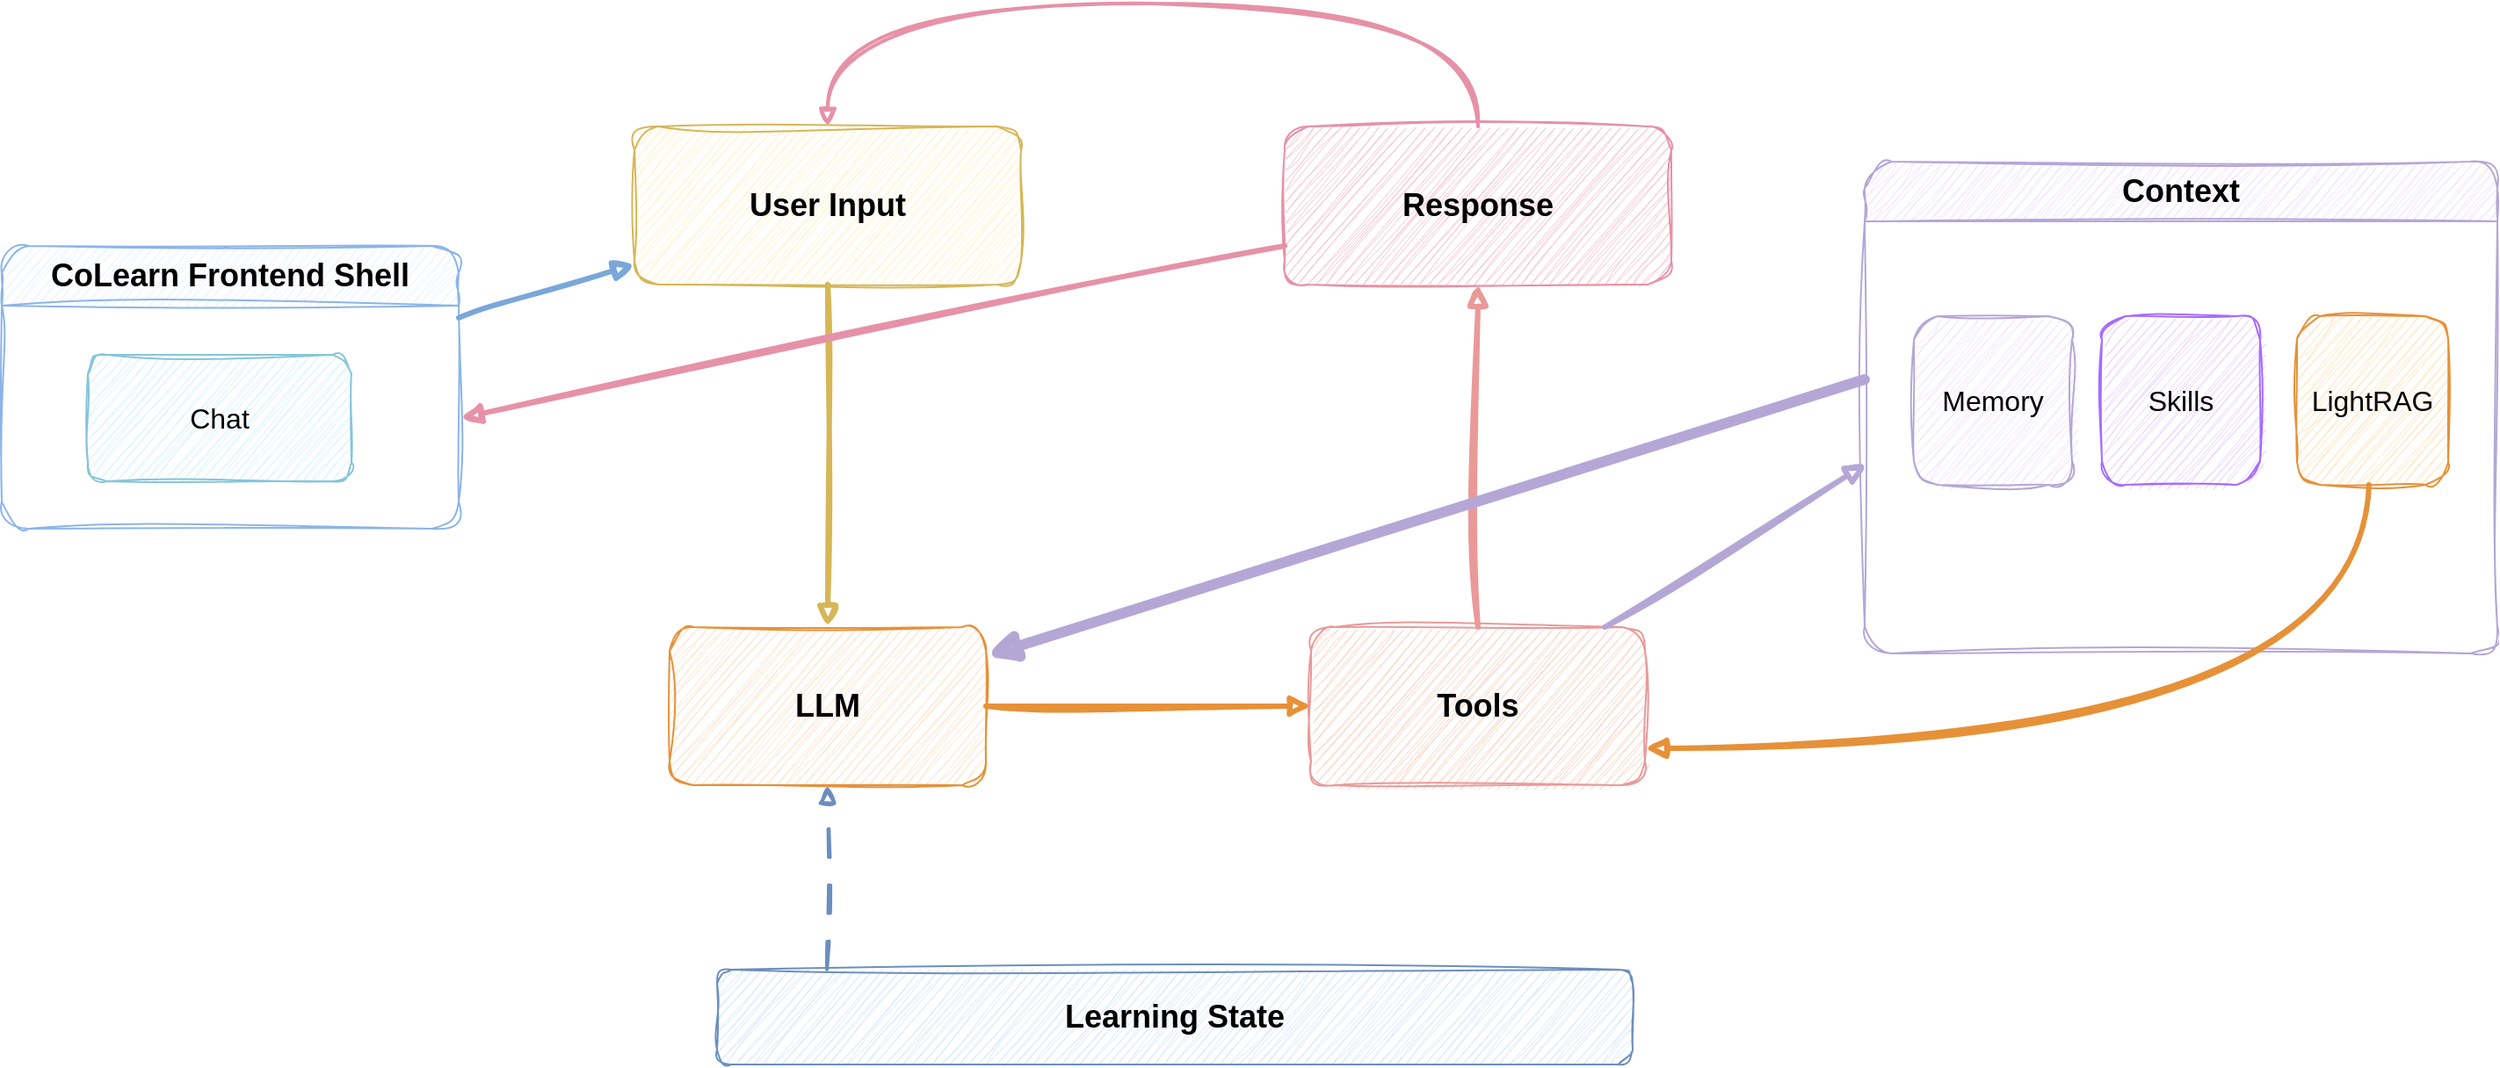
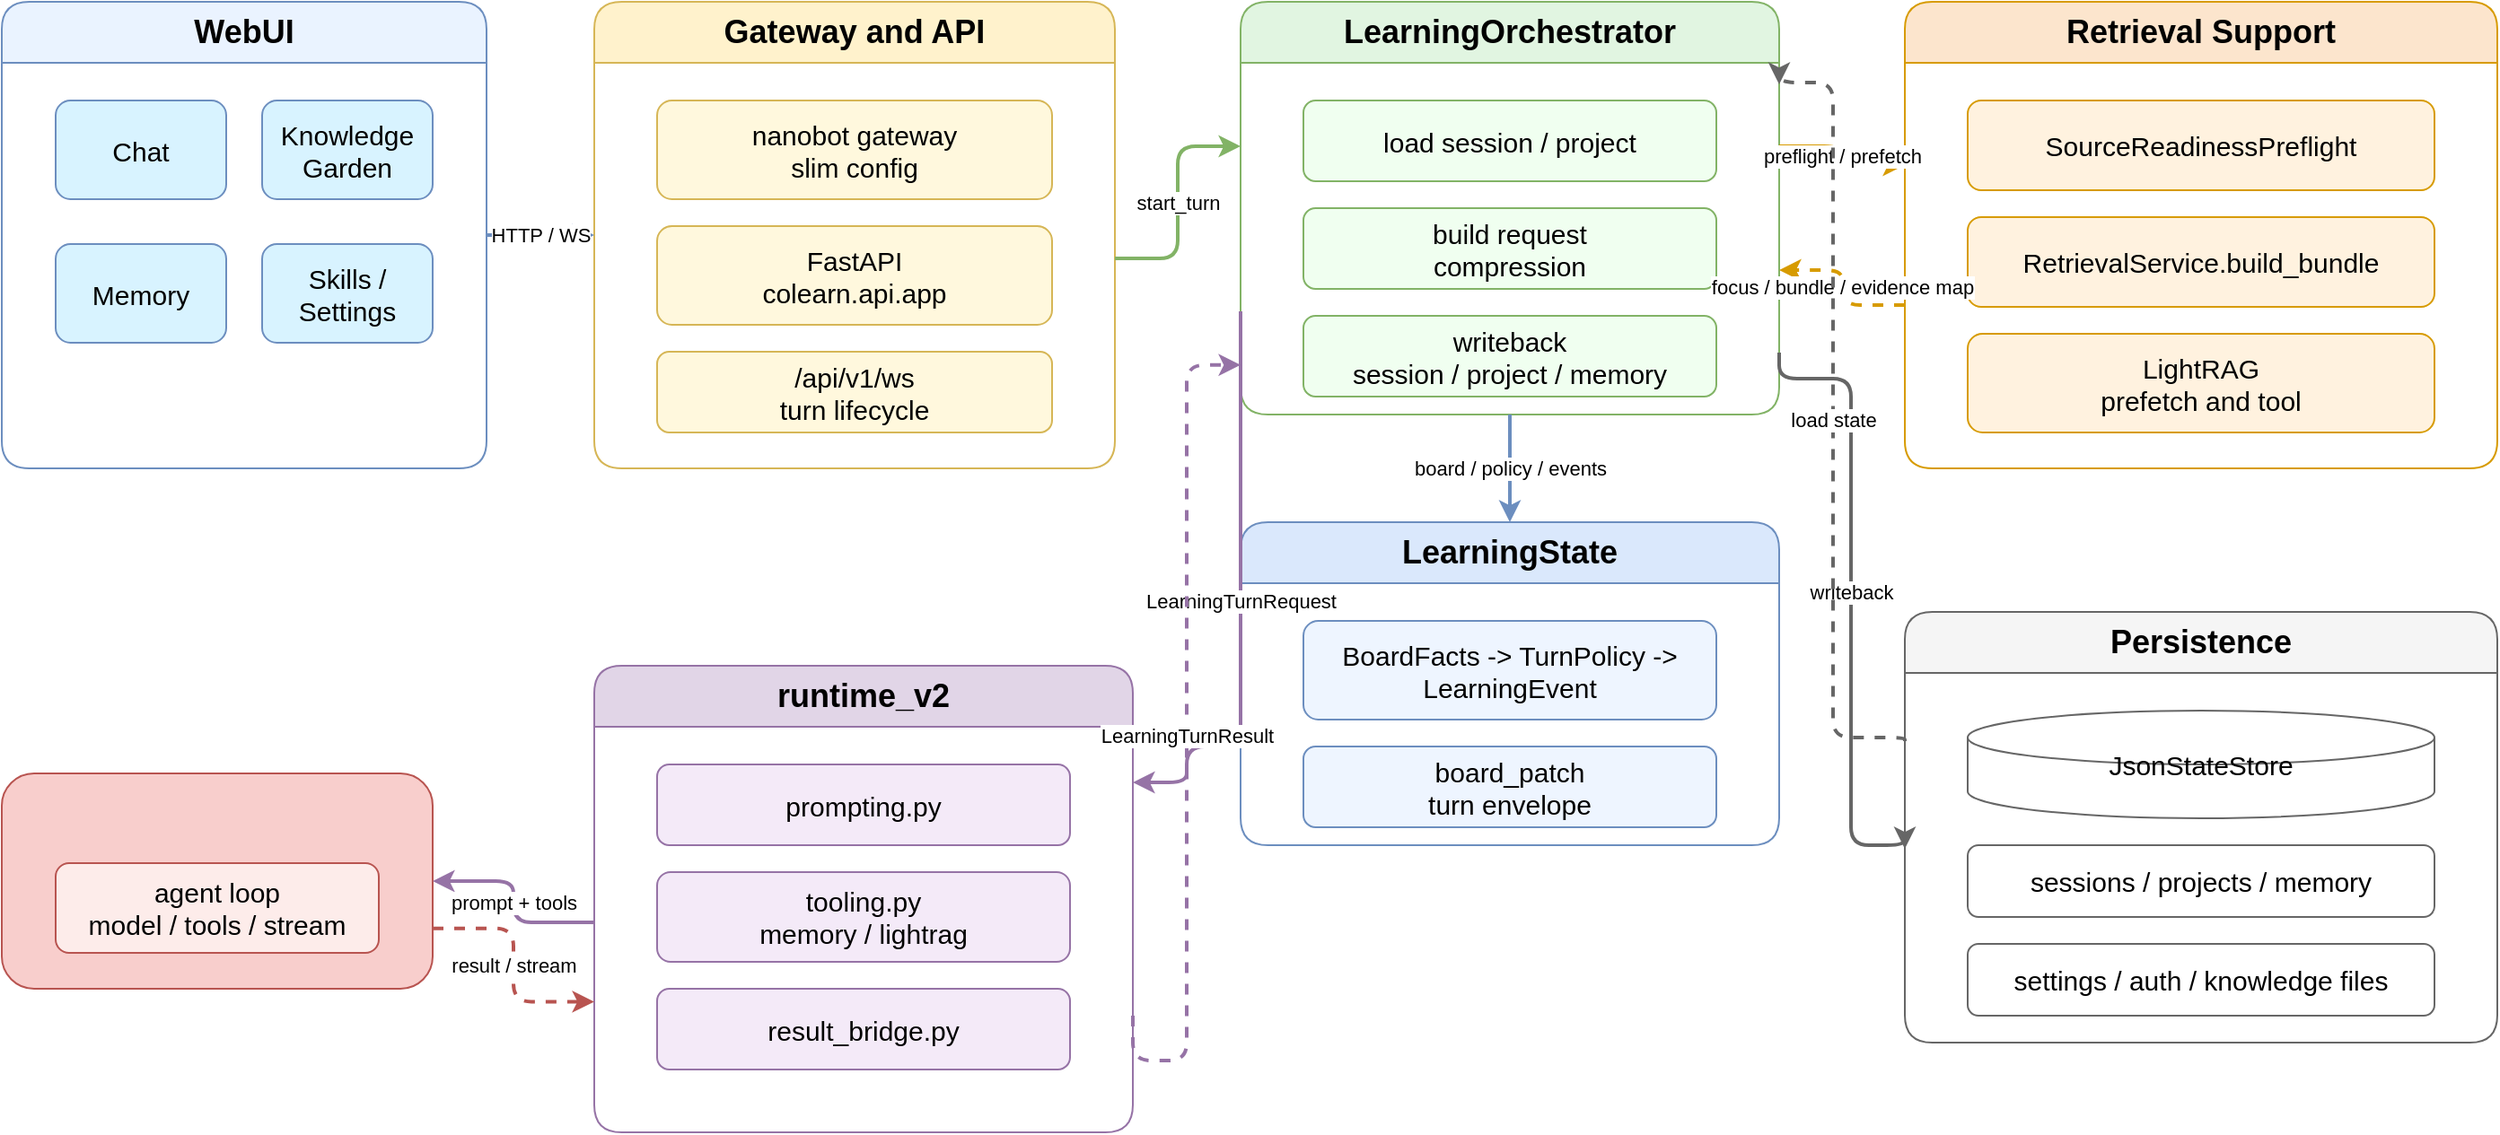
<mxfile host="Electron" agent="Codex">
-   <diagram id="colearn-nanobot-lightrag" name="Page-1">
-     <mxGraphModel dx="2160" dy="1300" grid="0" gridSize="10" guides="1" tooltips="1" connect="1" arrows="1" fold="1" page="1" pageScale="1" pageWidth="1600" pageHeight="900" math="0" shadow="0">
+   <diagram id="colearn-runtime-v2-architecture" name="Page-1">
+     <mxGraphModel dx="2160" dy="1300" grid="1" gridSize="10" guides="1" tooltips="1" connect="1" arrows="1" fold="1" page="1" pageScale="1" pageWidth="1600" pageHeight="900" math="0" shadow="0">
      <root>
        <mxCell id="0" />
        <mxCell id="1" parent="0" />
-         <mxCell id="2" parent="1" style="swimlane;startSize=34;rounded=1;whiteSpace=wrap;html=1;fillColor=#eaf3ff;strokeColor=#8cb4ea;fontStyle=1;fontSize=18;sketch=1;curveFitting=1;jiggle=2;" value="CoLearn Frontend Shell" vertex="1">
-           <mxGeometry height="161" width="260" x="108" y="275" as="geometry" />
+         <mxCell id="2" value="WebUI" style="swimlane;startSize=34;rounded=1;whiteSpace=wrap;html=1;fillColor=#eaf3ff;strokeColor=#6c8ebf;fontStyle=1;fontSize=18;" vertex="1" parent="1">
+           <mxGeometry x="70" y="90" width="270" height="260" as="geometry" />
        </mxCell>
-         <mxCell id="3" parent="2" style="rounded=1;whiteSpace=wrap;html=1;fillColor=#d8f3ff;strokeColor=#86c5da;fontSize=16;sketch=1;curveFitting=1;jiggle=2;" value="Chat" vertex="1">
-           <mxGeometry height="72" width="150" x="49" y="62" as="geometry" />
+         <mxCell id="3" value="Chat" style="rounded=1;whiteSpace=wrap;html=1;fillColor=#d8f3ff;strokeColor=#6c8ebf;fontSize=15;" vertex="1" parent="2">
+           <mxGeometry x="30" y="55" width="95" height="55" as="geometry" />
        </mxCell>
-         <mxCell id="6" parent="1" style="rounded=1;whiteSpace=wrap;html=1;fillColor=#fff2cc;strokeColor=#d6b656;fontSize=18;fontStyle=1;sketch=1;curveFitting=1;jiggle=2;" value="User Input" vertex="1">
-           <mxGeometry height="90" width="220" x="468" y="207" as="geometry" />
+         <mxCell id="4" value="Knowledge Garden" style="rounded=1;whiteSpace=wrap;html=1;fillColor=#d8f3ff;strokeColor=#6c8ebf;fontSize=15;" vertex="1" parent="2">
+           <mxGeometry x="145" y="55" width="95" height="55" as="geometry" />
        </mxCell>
-         <mxCell id="7" parent="1" style="rounded=1;whiteSpace=wrap;html=1;fillColor=#f7c6d0;strokeColor=#e691a8;fontSize=18;fontStyle=1;sketch=1;curveFitting=1;jiggle=2;" value="Response" vertex="1">
-           <mxGeometry height="90" width="220" x="838" y="207" as="geometry" />
+         <mxCell id="5" value="Memory" style="rounded=1;whiteSpace=wrap;html=1;fillColor=#d8f3ff;strokeColor=#6c8ebf;fontSize=15;" vertex="1" parent="2">
+           <mxGeometry x="30" y="135" width="95" height="55" as="geometry" />
        </mxCell>
-         <mxCell id="8" parent="1" style="rounded=1;whiteSpace=wrap;html=1;fillColor=#fce5cd;strokeColor=#e69138;fontSize=18;fontStyle=1;sketch=1;curveFitting=1;jiggle=2;" value="LLM" vertex="1">
-           <mxGeometry height="90" width="180" x="488" y="492" as="geometry" />
+         <mxCell id="6" value="Skills / Settings" style="rounded=1;whiteSpace=wrap;html=1;fillColor=#d8f3ff;strokeColor=#6c8ebf;fontSize=15;" vertex="1" parent="2">
+           <mxGeometry x="145" y="135" width="95" height="55" as="geometry" />
        </mxCell>
-         <mxCell id="9" parent="1" style="rounded=1;whiteSpace=wrap;html=1;fillColor=#f9d5c5;strokeColor=#ea9999;fontSize=18;fontStyle=1;sketch=1;curveFitting=1;jiggle=2;" value="Tools" vertex="1">
-           <mxGeometry height="90" width="190" x="853" y="492" as="geometry" />
+         <mxCell id="7" value="Gateway and API" style="swimlane;startSize=34;rounded=1;whiteSpace=wrap;html=1;fillColor=#fff2cc;strokeColor=#d6b656;fontStyle=1;fontSize=18;" vertex="1" parent="1">
+           <mxGeometry x="400" y="90" width="290" height="260" as="geometry" />
        </mxCell>
-         <mxCell id="15" parent="1" style="rounded=1;whiteSpace=wrap;html=1;fillColor=#d9e8fb;strokeColor=#6c8ebf;fontSize=18;fontStyle=1;sketch=1;curveFitting=1;jiggle=2;" value="Learning State" vertex="1">
-           <mxGeometry height="54" width="521" x="515" y="687" as="geometry" />
+         <mxCell id="8" value="nanobot gateway&#xa;slim config" style="rounded=1;whiteSpace=wrap;html=1;fillColor=#fff8dd;strokeColor=#d6b656;fontSize=15;" vertex="1" parent="7">
+           <mxGeometry x="35" y="55" width="220" height="55" as="geometry" />
        </mxCell>
-         <mxCell id="11" parent="1" style="swimlane;startSize=34;rounded=1;whiteSpace=wrap;html=1;fillColor=#f0e3ff;strokeColor=#b4a7d6;fontStyle=1;fontSize=18;sketch=1;curveFitting=1;jiggle=2;" value="Context" vertex="1">
-           <mxGeometry height="280" width="360" x="1168" y="227" as="geometry" />
+         <mxCell id="9" value="FastAPI&#xa;colearn.api.app" style="rounded=1;whiteSpace=wrap;html=1;fillColor=#fff8dd;strokeColor=#d6b656;fontSize=15;" vertex="1" parent="7">
+           <mxGeometry x="35" y="125" width="220" height="55" as="geometry" />
        </mxCell>
-         <mxCell id="12" parent="11" style="rounded=1;whiteSpace=wrap;html=1;fillColor=#efe6ff;strokeColor=#b4a7d6;fontSize=16;sketch=1;curveFitting=1;jiggle=2;" value="Memory" vertex="1">
-           <mxGeometry height="96" width="90" x="28" y="88" as="geometry" />
+         <mxCell id="10" value="/api/v1/ws&#xa;turn lifecycle" style="rounded=1;whiteSpace=wrap;html=1;fillColor=#fff8dd;strokeColor=#d6b656;fontSize=15;" vertex="1" parent="7">
+           <mxGeometry x="35" y="195" width="220" height="45" as="geometry" />
        </mxCell>
-         <mxCell id="13" parent="11" style="rounded=1;whiteSpace=wrap;html=1;fillColor=#e7d5ff;strokeColor=#a66cff;fontSize=16;sketch=1;curveFitting=1;jiggle=2;" value="Skills" vertex="1">
-           <mxGeometry height="96" width="90" x="135" y="88" as="geometry" />
+         <mxCell id="11" value="LearningOrchestrator" style="swimlane;startSize=34;rounded=1;whiteSpace=wrap;html=1;fillColor=#e1f5e1;strokeColor=#82b366;fontStyle=1;fontSize=18;" vertex="1" parent="1">
+           <mxGeometry x="760" y="90" width="300" height="230" as="geometry" />
        </mxCell>
-         <mxCell id="14" parent="11" style="rounded=1;whiteSpace=wrap;html=1;fillColor=#ffe6bf;strokeColor=#e69138;fontSize=16;sketch=1;curveFitting=1;jiggle=2;" value="LightRAG" vertex="1">
-           <mxGeometry height="96" width="86" x="246" y="88" as="geometry" />
+         <mxCell id="12" value="load session / project" style="rounded=1;whiteSpace=wrap;html=1;fillColor=#f0fff0;strokeColor=#82b366;fontSize=15;" vertex="1" parent="11">
+           <mxGeometry x="35" y="55" width="230" height="45" as="geometry" />
        </mxCell>
-         <mxCell id="20" edge="1" parent="1" source="2" style="endArrow=block;endFill=1;strokeColor=#7aa7d9;strokeWidth=3;rounded=1;html=1;sketch=1;curveFitting=1;jiggle=2;" target="6" value="">
+         <mxCell id="13" value="build request&#xa;compression" style="rounded=1;whiteSpace=wrap;html=1;fillColor=#f0fff0;strokeColor=#82b366;fontSize=15;" vertex="1" parent="11">
+           <mxGeometry x="35" y="115" width="230" height="45" as="geometry" />
+         </mxCell>
+         <mxCell id="14" value="writeback&#xa;session / project / memory" style="rounded=1;whiteSpace=wrap;html=1;fillColor=#f0fff0;strokeColor=#82b366;fontSize=15;" vertex="1" parent="11">
+           <mxGeometry x="35" y="175" width="230" height="45" as="geometry" />
+         </mxCell>
+         <mxCell id="15" value="LearningState" style="swimlane;startSize=34;rounded=1;whiteSpace=wrap;html=1;fillColor=#dae8fc;strokeColor=#6c8ebf;fontStyle=1;fontSize=18;" vertex="1" parent="1">
+           <mxGeometry x="760" y="380" width="300" height="180" as="geometry" />
+         </mxCell>
+         <mxCell id="16" value="BoardFacts -&gt; TurnPolicy -&gt; LearningEvent" style="rounded=1;whiteSpace=wrap;html=1;fillColor=#eef5ff;strokeColor=#6c8ebf;fontSize=15;" vertex="1" parent="15">
+           <mxGeometry x="35" y="55" width="230" height="55" as="geometry" />
+         </mxCell>
+         <mxCell id="17" value="board_patch&#xa;turn envelope" style="rounded=1;whiteSpace=wrap;html=1;fillColor=#eef5ff;strokeColor=#6c8ebf;fontSize=15;" vertex="1" parent="15">
+           <mxGeometry x="35" y="125" width="230" height="45" as="geometry" />
+         </mxCell>
+         <mxCell id="18" value="Retrieval Support" style="swimlane;startSize=34;rounded=1;whiteSpace=wrap;html=1;fillColor=#fce5cd;strokeColor=#d79b00;fontStyle=1;fontSize=18;" vertex="1" parent="1">
+           <mxGeometry x="1130" y="90" width="330" height="260" as="geometry" />
+         </mxCell>
+         <mxCell id="19" value="SourceReadinessPreflight" style="rounded=1;whiteSpace=wrap;html=1;fillColor=#fff2df;strokeColor=#d79b00;fontSize=15;" vertex="1" parent="18">
+           <mxGeometry x="35" y="55" width="260" height="50" as="geometry" />
+         </mxCell>
+         <mxCell id="20" value="RetrievalService.build_bundle" style="rounded=1;whiteSpace=wrap;html=1;fillColor=#fff2df;strokeColor=#d79b00;fontSize=15;" vertex="1" parent="18">
+           <mxGeometry x="35" y="120" width="260" height="50" as="geometry" />
+         </mxCell>
+         <mxCell id="21" value="LightRAG&#xa;prefetch and tool" style="rounded=1;whiteSpace=wrap;html=1;fillColor=#fff2df;strokeColor=#d79b00;fontSize=15;" vertex="1" parent="18">
+           <mxGeometry x="35" y="185" width="260" height="55" as="geometry" />
+         </mxCell>
+         <mxCell id="22" value="runtime_v2" style="swimlane;startSize=34;rounded=1;whiteSpace=wrap;html=1;fillColor=#e1d5e7;strokeColor=#9673a6;fontStyle=1;fontSize=18;" vertex="1" parent="1">
+           <mxGeometry x="400" y="460" width="300" height="260" as="geometry" />
+         </mxCell>
+         <mxCell id="23" value="prompting.py" style="rounded=1;whiteSpace=wrap;html=1;fillColor=#f4eaf8;strokeColor=#9673a6;fontSize=15;" vertex="1" parent="22">
+           <mxGeometry x="35" y="55" width="230" height="45" as="geometry" />
+         </mxCell>
+         <mxCell id="24" value="tooling.py&#xa;memory / lightrag" style="rounded=1;whiteSpace=wrap;html=1;fillColor=#f4eaf8;strokeColor=#9673a6;fontSize=15;" vertex="1" parent="22">
+           <mxGeometry x="35" y="115" width="230" height="50" as="geometry" />
+         </mxCell>
+         <mxCell id="25" value="result_bridge.py" style="rounded=1;whiteSpace=wrap;html=1;fillColor=#f4eaf8;strokeColor=#9673a6;fontSize=15;" vertex="1" parent="22">
+           <mxGeometry x="35" y="180" width="230" height="45" as="geometry" />
+         </mxCell>
+         <mxCell id="26" value="nanobot v0.2" style="rounded=1;whiteSpace=wrap;html=1;fillColor=#f8cecc;strokeColor=#b85450;fontStyle=1;fontSize=18;" vertex="1" parent="1">
+           <mxGeometry x="70" y="520" width="240" height="120" as="geometry" />
+         </mxCell>
+         <mxCell id="27" value="agent loop&#xa;model / tools / stream" style="rounded=1;whiteSpace=wrap;html=1;fillColor=#fdecea;strokeColor=#b85450;fontSize=15;" vertex="1" parent="26">
+           <mxGeometry x="30" y="50" width="180" height="50" as="geometry" />
+         </mxCell>
+         <mxCell id="28" value="Persistence" style="swimlane;startSize=34;rounded=1;whiteSpace=wrap;html=1;fillColor=#f5f5f5;strokeColor=#666666;fontStyle=1;fontSize=18;" vertex="1" parent="1">
+           <mxGeometry x="1130" y="430" width="330" height="240" as="geometry" />
+         </mxCell>
+         <mxCell id="29" value="JsonStateStore" style="shape=cylinder3;whiteSpace=wrap;html=1;fillColor=#ffffff;strokeColor=#666666;fontSize=15;" vertex="1" parent="28">
+           <mxGeometry x="35" y="55" width="260" height="60" as="geometry" />
+         </mxCell>
+         <mxCell id="30" value="sessions / projects / memory" style="rounded=1;whiteSpace=wrap;html=1;fillColor=#ffffff;strokeColor=#666666;fontSize=15;" vertex="1" parent="28">
+           <mxGeometry x="35" y="130" width="260" height="40" as="geometry" />
+         </mxCell>
+         <mxCell id="31" value="settings / auth / knowledge files" style="rounded=1;whiteSpace=wrap;html=1;fillColor=#ffffff;strokeColor=#666666;fontSize=15;" vertex="1" parent="28">
+           <mxGeometry x="35" y="185" width="260" height="40" as="geometry" />
+         </mxCell>
+         <mxCell id="40" value="HTTP / WS" style="edgeStyle=orthogonalEdgeStyle;rounded=1;orthogonalLoop=1;jettySize=auto;html=1;strokeColor=#6c8ebf;strokeWidth=2;exitX=1;exitY=0.5;exitDx=0;exitDy=0;entryX=0;entryY=0.5;entryDx=0;entryDy=0;" edge="1" parent="1" source="2" target="7">
          <mxGeometry relative="1" as="geometry" />
        </mxCell>
-         <mxCell id="21" edge="1" parent="1" source="6" style="endArrow=block;endFill=1;strokeColor=#d6b656;strokeWidth=3;rounded=1;html=1;sketch=1;curveFitting=1;jiggle=2;" target="8" value="">
+         <mxCell id="41" value="start_turn" style="edgeStyle=orthogonalEdgeStyle;rounded=1;orthogonalLoop=1;jettySize=auto;html=1;strokeColor=#82b366;strokeWidth=2;exitX=1;exitY=0.55;exitDx=0;exitDy=0;entryX=0;entryY=0.35;entryDx=0;entryDy=0;" edge="1" parent="1" source="7" target="11">
          <mxGeometry relative="1" as="geometry" />
        </mxCell>
-         <mxCell id="22" edge="1" parent="1" source="8" style="endArrow=block;endFill=1;strokeColor=#e69138;strokeWidth=3;rounded=1;html=1;sketch=1;curveFitting=1;jiggle=2;" target="9" value="">
+         <mxCell id="42" value="preflight / prefetch" style="edgeStyle=orthogonalEdgeStyle;rounded=1;orthogonalLoop=1;jettySize=auto;html=1;strokeColor=#d79b00;strokeWidth=2;exitX=1;exitY=0.35;exitDx=0;exitDy=0;entryX=0;entryY=0.35;entryDx=0;entryDy=0;" edge="1" parent="1" source="11" target="18">
          <mxGeometry relative="1" as="geometry" />
        </mxCell>
-         <mxCell id="23" edge="1" parent="1" source="9" style="endArrow=block;endFill=1;strokeColor=#ea9999;strokeWidth=3;rounded=1;html=1;sketch=1;curveFitting=1;jiggle=2;" target="7" value="">
+         <mxCell id="43" value="focus / bundle / evidence map" style="edgeStyle=orthogonalEdgeStyle;rounded=1;orthogonalLoop=1;jettySize=auto;html=1;strokeColor=#d79b00;strokeWidth=2;dashed=1;exitX=0;exitY=0.65;exitDx=0;exitDy=0;entryX=1;entryY=0.65;entryDx=0;entryDy=0;" edge="1" parent="1" source="18" target="11">
          <mxGeometry relative="1" as="geometry" />
        </mxCell>
-         <mxCell id="24" edge="1" parent="1" source="7" style="endArrow=block;endFill=1;strokeColor=#e691a8;strokeWidth=3;rounded=1;html=1;sketch=1;curveFitting=1;jiggle=2;" value="">
-           <mxGeometry relative="1" as="geometry">
-             <mxPoint x="369" y="373" as="targetPoint" />
-           </mxGeometry>
+         <mxCell id="44" value="board / policy / events" style="edgeStyle=orthogonalEdgeStyle;rounded=1;orthogonalLoop=1;jettySize=auto;html=1;strokeColor=#6c8ebf;strokeWidth=2;exitX=0.5;exitY=1;exitDx=0;exitDy=0;entryX=0.5;entryY=0;entryDx=0;entryDy=0;" edge="1" parent="1" source="11" target="15">
+           <mxGeometry relative="1" as="geometry" />
        </mxCell>
-         <mxCell id="25" edge="1" parent="1" source="7" style="endArrow=block;endFill=0;strokeColor=#e691a8;strokeWidth=2;curved=1;html=1;rounded=1;sketch=1;curveFitting=1;jiggle=2;" target="6" value="">
+         <mxCell id="45" value="LearningTurnRequest" style="edgeStyle=orthogonalEdgeStyle;rounded=1;orthogonalLoop=1;jettySize=auto;html=1;strokeColor=#9673a6;strokeWidth=2;exitX=0;exitY=0.75;exitDx=0;exitDy=0;entryX=1;entryY=0.25;entryDx=0;entryDy=0;" edge="1" parent="1" source="11" target="22">
          <mxGeometry relative="1" as="geometry">
            <Array as="points">
-               <mxPoint x="948" y="137" />
-               <mxPoint x="578" y="137" />
+               <mxPoint x="730" y="505" />
            </Array>
          </mxGeometry>
        </mxCell>
-         <mxCell id="26" edge="1" parent="1" style="endArrow=block;endFill=1;strokeColor=#b4a7d6;strokeWidth=6;rounded=1;html=1;sketch=1;curveFitting=1;jiggle=2;" target="8" value="">
-           <mxGeometry relative="1" as="geometry">
-             <mxPoint x="1168" y="351" as="sourcePoint" />
-           </mxGeometry>
+         <mxCell id="46" value="prompt + tools" style="edgeStyle=orthogonalEdgeStyle;rounded=1;orthogonalLoop=1;jettySize=auto;html=1;strokeColor=#9673a6;strokeWidth=2;exitX=0;exitY=0.55;exitDx=0;exitDy=0;entryX=1;entryY=0.5;entryDx=0;entryDy=0;" edge="1" parent="1" source="22" target="26">
+           <mxGeometry relative="1" as="geometry" />
        </mxCell>
-         <mxCell id="27" edge="1" parent="1" source="9" style="endArrow=block;endFill=1;strokeColor=#b4a7d6;strokeWidth=3;rounded=1;html=1;sketch=1;curveFitting=1;jiggle=2;" value="">
-           <mxGeometry relative="1" as="geometry">
-             <mxPoint x="1169" y="399" as="targetPoint" />
-           </mxGeometry>
+         <mxCell id="47" value="result / stream" style="edgeStyle=orthogonalEdgeStyle;rounded=1;orthogonalLoop=1;jettySize=auto;html=1;strokeColor=#b85450;strokeWidth=2;dashed=1;exitX=1;exitY=0.72;exitDx=0;exitDy=0;entryX=0;entryY=0.72;entryDx=0;entryDy=0;" edge="1" parent="1" source="26" target="22">
+           <mxGeometry relative="1" as="geometry" />
        </mxCell>
-         <mxCell id="28" edge="1" parent="1" source="14" style="endArrow=block;endFill=1;strokeColor=#e69138;strokeWidth=3;rounded=1;html=1;edgeStyle=orthogonalEdgeStyle;curved=1;sketch=1;curveFitting=1;jiggle=2;" target="9" value="">
+         <mxCell id="48" value="LearningTurnResult" style="edgeStyle=orthogonalEdgeStyle;rounded=1;orthogonalLoop=1;jettySize=auto;html=1;strokeColor=#9673a6;strokeWidth=2;dashed=1;exitX=1;exitY=0.75;exitDx=0;exitDy=0;entryX=0;entryY=0.88;entryDx=0;entryDy=0;" edge="1" parent="1" source="22" target="11">
          <mxGeometry relative="1" as="geometry">
            <Array as="points">
-               <mxPoint x="1455" y="561" />
+               <mxPoint x="730" y="680" />
+               <mxPoint x="730" y="292" />
            </Array>
          </mxGeometry>
        </mxCell>
-         <mxCell id="29" edge="1" parent="1" source="15" style="endArrow=block;endFill=0;strokeColor=#6c8ebf;strokeWidth=2;rounded=1;html=1;sketch=1;curveFitting=1;jiggle=2;dashed=1;dashPattern=8 8;exitX=0.12;exitY=-0.003;exitDx=0;exitDy=0;exitPerimeter=0;" target="8" value="">
-           <mxGeometry relative="1" as="geometry" />
+         <mxCell id="49" value="writeback" style="edgeStyle=orthogonalEdgeStyle;rounded=1;orthogonalLoop=1;jettySize=auto;html=1;strokeColor=#666666;strokeWidth=2;exitX=1;exitY=0.85;exitDx=0;exitDy=0;entryX=0;entryY=0.55;entryDx=0;entryDy=0;" edge="1" parent="1" source="11" target="28">
+           <mxGeometry relative="1" as="geometry">
+             <Array as="points">
+               <mxPoint x="1100" y="300" />
+               <mxPoint x="1100" y="560" />
+             </Array>
+           </mxGeometry>
+         </mxCell>
+         <mxCell id="50" value="load state" style="edgeStyle=orthogonalEdgeStyle;rounded=1;orthogonalLoop=1;jettySize=auto;html=1;strokeColor=#666666;strokeWidth=2;dashed=1;exitX=0;exitY=0.3;exitDx=0;exitDy=0;entryX=1;entryY=0.2;entryDx=0;entryDy=0;" edge="1" parent="1" source="28" target="11">
+           <mxGeometry relative="1" as="geometry">
+             <Array as="points">
+               <mxPoint x="1090" y="500" />
+               <mxPoint x="1090" y="135" />
+             </Array>
+           </mxGeometry>
        </mxCell>
      </root>
    </mxGraphModel>
  </diagram>
</mxfile>
